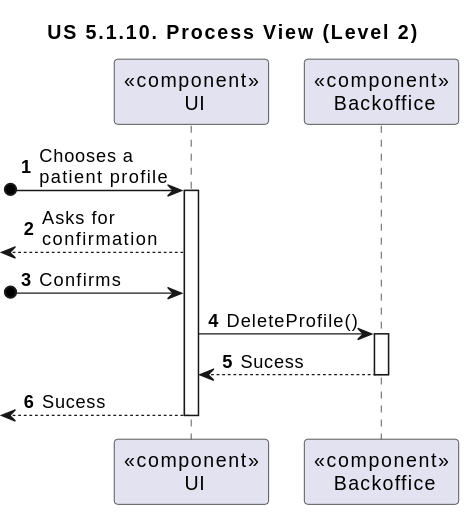
Above: docs/sprint-2/1220738/us-6.2.8/Diagrams/Views/process-view-level-2.svg in rita-barbosa/LAPR5-2425 (PlantUML), before the change. Source of this version:
```plantuml
@startuml

title "US 5.1.10. Process View (Level 2)"

autonumber

participant "<<component>>\n UI" as PLAN
participant "<<component>>\n Backoffice" as BACK

[o-> PLAN : Chooses a\npatient profile
activate PLAN
<-- PLAN : Asks for\nconfirmation

[o-> PLAN : Confirms

PLAN -> BACK : DeleteProfile()
activate BACK
BACK --> PLAN : Sucess
deactivate BACK

<-- PLAN : Sucess
deactivate PLAN
@enduml
```
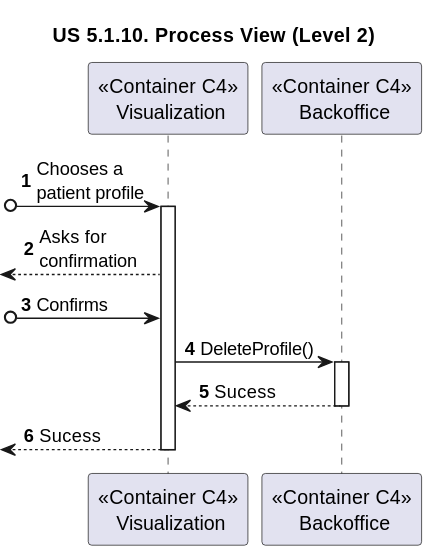
Later version of the same file.

Commit message:
DG38-223 | docs: Created the updated views for this US that includes visualization.

The edit, as a diff of the source:
```diff
@@ -4,8 +4,8 @@
 
 autonumber
 
-participant "<<component>>\n UI" as PLAN
-participant "<<component>>\n Backoffice" as BACK
+participant "<<Container C4>>\n Visualization" as PLAN
+participant "<<Container C4>>\n Backoffice" as BACK
 
 [o-> PLAN : Chooses a\npatient profile
 activate PLAN
```
